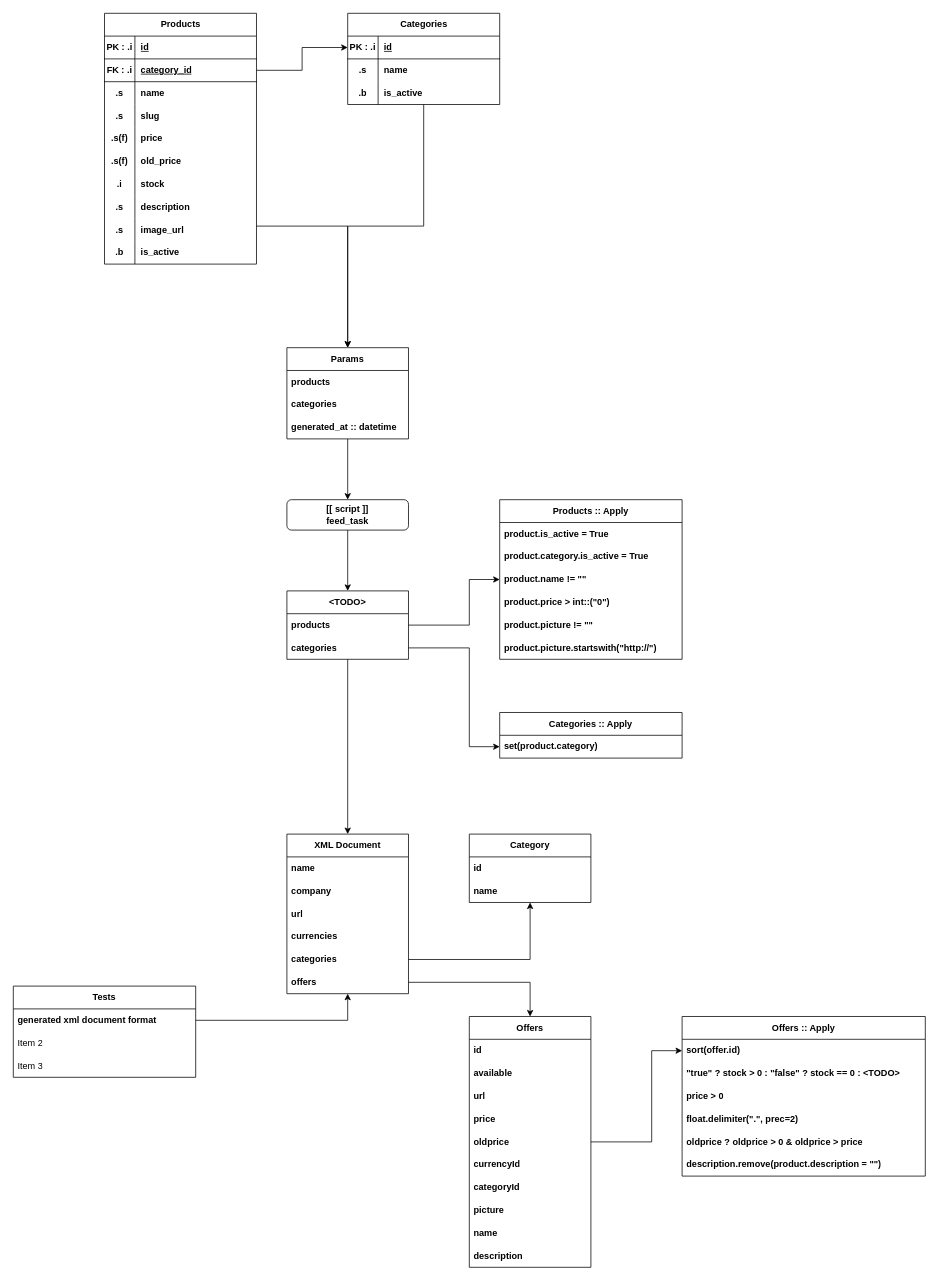
The draw.io diagram _readme/Diagram.drawio in ames0k0/TT--Python--YML-Product-Feed-Generator, before the edit. Source tidied: cells renumbered, new cells numbered last; positions are measured from the earlier drawing's top-left corner, leaving out a move shared by most shapes. Both pictures are drawn from the tidied source at 76%, with x=0, y=0 at pixel (13, 13).
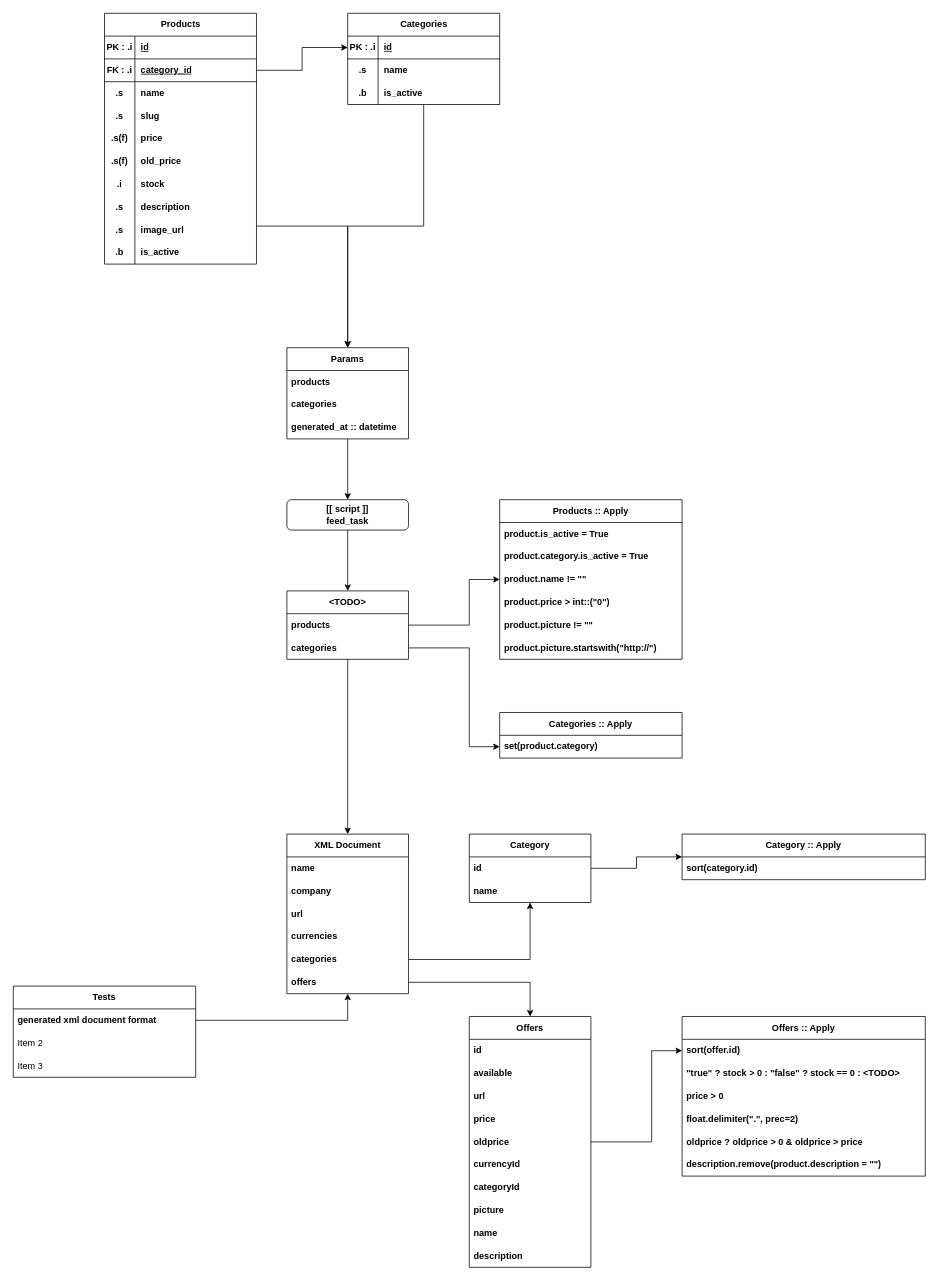
The same diagram, later.

Commit message (it also covers changes not shown here):
core: Added functions to filter products and categories

The change refers to these unchanged cells:
```xml
<mxCell id="60" value="Category" style="swimlane;fontStyle=1;horizontal=1;startSize=30;whiteSpace=wrap;html=1;" parent="1" vertex="1">
  <mxGeometry x="600" y="1080" width="160" height="90" as="geometry" />
</mxCell>
```

What changed in the source:
```diff
@@
+    <mxCell id="104" style="edgeStyle=orthogonalEdgeStyle;rounded=0;jettySize=auto;html=1;" parent="1" edge="1" source="60" target="105">
+      <mxGeometry relative="1" as="geometry" />
+    </mxCell>
@@
+    <mxCell id="105" value="&lt;span style=&quot;text-align: left;&quot;&gt;Category :: Apply&lt;/span&gt;" style="swimlane;fontStyle=1;horizontal=1;startSize=30;whiteSpace=wrap;html=1;" parent="1" vertex="1">
+      <mxGeometry x="880" y="1080" width="320" height="60" as="geometry" />
+    </mxCell>
+    <mxCell id="106" value="sort(category.id)" style="text;strokeColor=none;fillColor=none;align=left;verticalAlign=middle;spacingLeft=4;spacingRight=4;overflow=hidden;whiteSpace=wrap;html=1;fontStyle=1;" parent="105" vertex="1">
+      <mxGeometry y="30" width="320" height="30" as="geometry" />
+    </mxCell>
```
